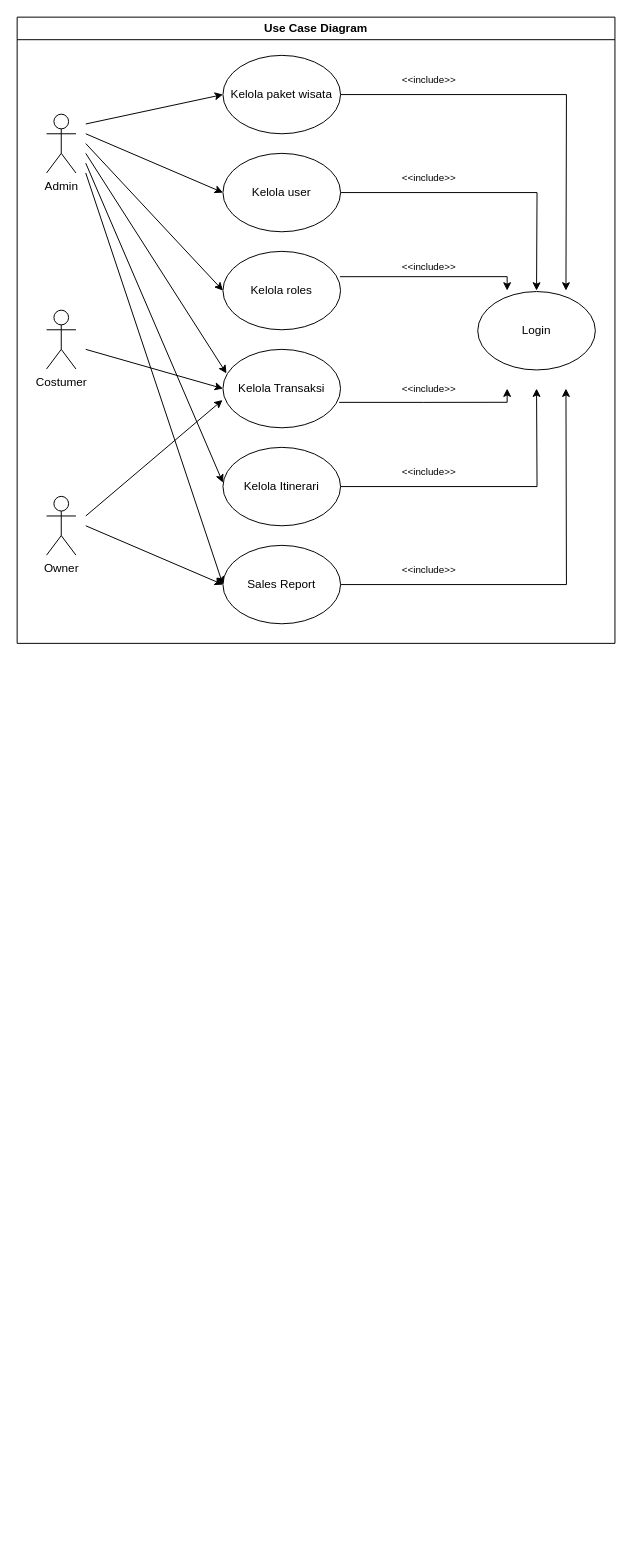
The draw.io diagram Untitled Diagram.drawio in AndyNotfound/BPWLRVL, before the edit. Source tidied: cells renumbered, new cells numbered last; positions are measured from the earlier drawing's top-left corner, leaving out a move shared by most shapes. Both pictures are drawn from the tidied source at 98%, with x=0, y=0 at pixel (17, 17).
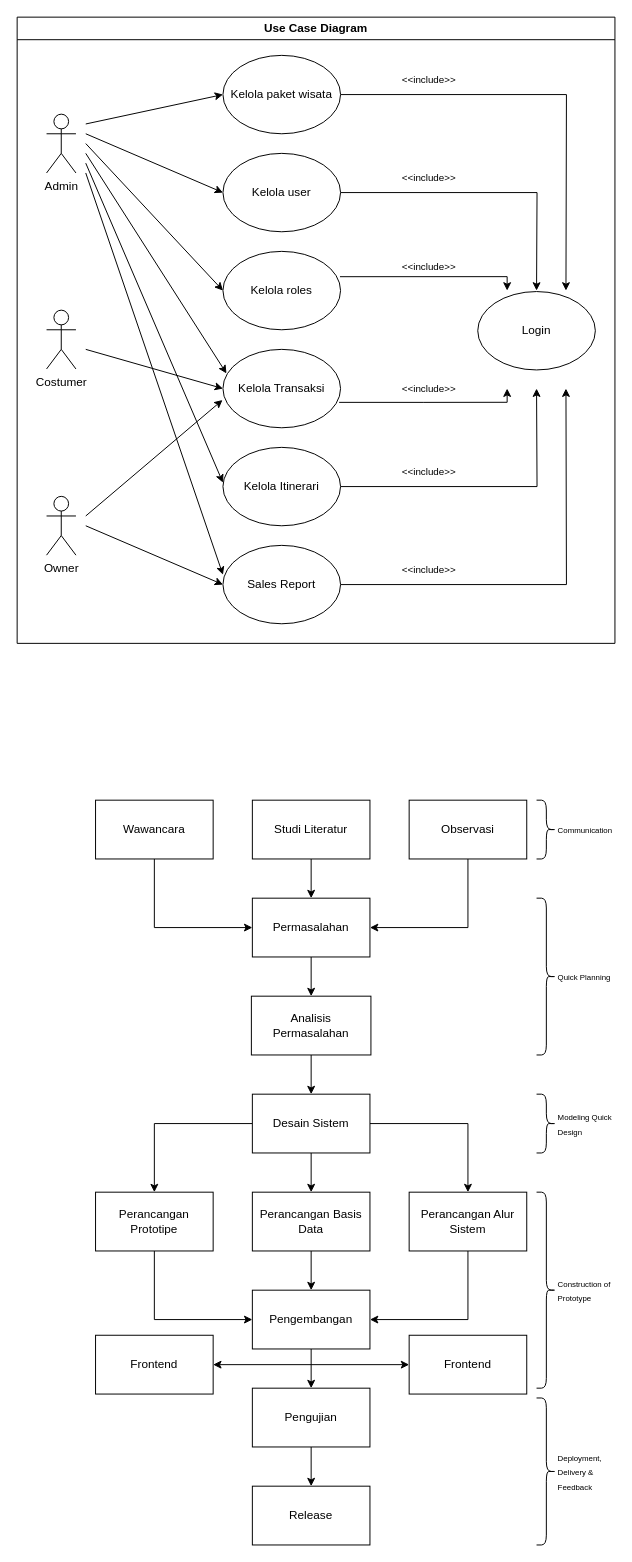
The same page after the edit.

Commit message:
feat(drawio): New framework of thinking

The change refers to these unchanged cells:
```xml
<mxCell id="16" value="Sales Report" style="ellipse;whiteSpace=wrap;html=1;" parent="1" vertex="1">
  <mxGeometry x="210" y="539" width="120" height="80" as="geometry" />
</mxCell>
```

Diff of the diagram source:
```diff
@@
-    <mxCell id="22" style="endArrow=classic;html=1;rounded=0;entryX=0;entryY=0.5;entryDx=0;entryDy=0;" parent="1" edge="1" target="16">
+    <mxCell id="22" style="endArrow=classic;html=1;rounded=0;" parent="1" edge="1">
       <mxGeometry relative="1" as="geometry">
         <mxPoint x="70" y="159" as="sourcePoint" />
+        <mxPoint x="210" y="569" as="targetPoint" />
       </mxGeometry>
     </mxCell>
@@
+    <mxCell id="34" style="edgeStyle=orthogonalEdgeStyle;rounded=0;jettySize=auto;html=1;entryX=0.5;entryY=0;entryDx=0;entryDy=0;" parent="1" edge="1" source="35" target="41">
+      <mxGeometry relative="1" as="geometry" />
+    </mxCell>
+    <mxCell id="35" value="Studi Literatur" style="rounded=0;whiteSpace=wrap;html=1;" parent="1" vertex="1">
+      <mxGeometry x="240" y="799" width="120" height="60" as="geometry" />
+    </mxCell>
+    <mxCell id="36" style="edgeStyle=orthogonalEdgeStyle;rounded=0;jettySize=auto;html=1;entryX=1;entryY=0.5;entryDx=0;entryDy=0;exitX=0.5;exitY=1;exitDx=0;exitDy=0;" parent="1" edge="1" source="37" target="41">
+      <mxGeometry relative="1" as="geometry">
+        <Array as="points">
+          <mxPoint x="460" y="929" />
+        </Array>
+      </mxGeometry>
+    </mxCell>
+    <mxCell id="37" value="Observasi" style="rounded=0;whiteSpace=wrap;html=1;" parent="1" vertex="1">
+      <mxGeometry x="400" y="799" width="120" height="60" as="geometry" />
+    </mxCell>
+    <mxCell id="38" style="edgeStyle=orthogonalEdgeStyle;rounded=0;jettySize=auto;html=1;entryX=0;entryY=0.5;entryDx=0;entryDy=0;exitX=0.5;exitY=1;exitDx=0;exitDy=0;" parent="1" edge="1" source="39" target="41">
+      <mxGeometry relative="1" as="geometry" />
+    </mxCell>
+    <mxCell id="39" value="Wawancara" style="rounded=0;whiteSpace=wrap;html=1;" parent="1" vertex="1">
+      <mxGeometry x="80" y="799" width="120" height="60" as="geometry" />
+    </mxCell>
+    <mxCell id="40" style="edgeStyle=orthogonalEdgeStyle;rounded=0;jettySize=auto;html=1;entryX=0.5;entryY=0;entryDx=0;entryDy=0;" parent="1" edge="1" source="41" target="43">
+      <mxGeometry relative="1" as="geometry" />
+    </mxCell>
+    <mxCell id="41" value="Permasalahan" style="rounded=0;whiteSpace=wrap;html=1;" parent="1" vertex="1">
+      <mxGeometry x="240" y="899" width="120" height="60" as="geometry" />
+    </mxCell>
+    <mxCell id="42" style="edgeStyle=orthogonalEdgeStyle;rounded=0;jettySize=auto;html=1;" parent="1" edge="1" source="43" target="47">
+      <mxGeometry relative="1" as="geometry" />
+    </mxCell>
+    <mxCell id="43" value="Analisis Permasalahan" style="rounded=0;whiteSpace=wrap;html=1;" parent="1" vertex="1">
+      <mxGeometry x="239" y="999" width="122" height="60" as="geometry" />
+    </mxCell>
+    <mxCell id="44" style="edgeStyle=orthogonalEdgeStyle;rounded=0;jettySize=auto;html=1;" parent="1" edge="1" source="47" target="49">
+      <mxGeometry relative="1" as="geometry" />
+    </mxCell>
+    <mxCell id="45" style="edgeStyle=orthogonalEdgeStyle;rounded=0;jettySize=auto;html=1;entryX=0.5;entryY=0;entryDx=0;entryDy=0;" parent="1" edge="1" source="47" target="51">
+      <mxGeometry relative="1" as="geometry" />
+    </mxCell>
+    <mxCell id="46" style="edgeStyle=orthogonalEdgeStyle;rounded=0;jettySize=auto;html=1;" parent="1" edge="1" source="47" target="53">
+      <mxGeometry relative="1" as="geometry" />
+    </mxCell>
+    <mxCell id="47" value="Desain Sistem" style="whiteSpace=wrap;html=1;rounded=0;" parent="1" vertex="1">
+      <mxGeometry x="240" y="1099" width="120" height="60" as="geometry" />
+    </mxCell>
+    <mxCell id="48" style="edgeStyle=orthogonalEdgeStyle;rounded=0;jettySize=auto;html=1;entryX=0.5;entryY=0;entryDx=0;entryDy=0;" parent="1" edge="1" source="49" target="55">
+      <mxGeometry relative="1" as="geometry" />
+    </mxCell>
+    <mxCell id="49" value="Perancangan Basis Data" style="whiteSpace=wrap;html=1;rounded=0;" parent="1" vertex="1">
+      <mxGeometry x="240" y="1199" width="120" height="60" as="geometry" />
+    </mxCell>
+    <mxCell id="50" style="edgeStyle=orthogonalEdgeStyle;rounded=0;jettySize=auto;html=1;entryX=0;entryY=0.5;entryDx=0;entryDy=0;exitX=0.5;exitY=1;exitDx=0;exitDy=0;" parent="1" edge="1" source="51" target="55">
+      <mxGeometry relative="1" as="geometry" />
+    </mxCell>
+    <mxCell id="51" value="Perancangan Prototipe" style="rounded=0;whiteSpace=wrap;html=1;" parent="1" vertex="1">
+      <mxGeometry x="80" y="1199" width="120" height="60" as="geometry" />
+    </mxCell>
+    <mxCell id="52" style="edgeStyle=orthogonalEdgeStyle;rounded=0;jettySize=auto;html=1;entryX=1;entryY=0.5;entryDx=0;entryDy=0;exitX=0.5;exitY=1;exitDx=0;exitDy=0;" parent="1" edge="1" source="53" target="55">
+      <mxGeometry relative="1" as="geometry" />
+    </mxCell>
+    <mxCell id="53" value="Perancangan Alur Sistem" style="rounded=0;whiteSpace=wrap;html=1;" parent="1" vertex="1">
+      <mxGeometry x="400" y="1199" width="120" height="60" as="geometry" />
+    </mxCell>
+    <mxCell id="54" style="edgeStyle=orthogonalEdgeStyle;rounded=0;jettySize=auto;html=1;entryX=0.5;entryY=0;entryDx=0;entryDy=0;" parent="1" edge="1" source="55" target="57">
+      <mxGeometry relative="1" as="geometry" />
+    </mxCell>
+    <mxCell id="55" value="Pengembangan" style="rounded=0;whiteSpace=wrap;html=1;" parent="1" vertex="1">
+      <mxGeometry x="240" y="1299" width="120" height="60" as="geometry" />
+    </mxCell>
+    <mxCell id="56" style="edgeStyle=orthogonalEdgeStyle;rounded=0;jettySize=auto;html=1;" parent="1" edge="1" source="57" target="61">
+      <mxGeometry relative="1" as="geometry" />
+    </mxCell>
+    <mxCell id="57" value="Pengujian" style="rounded=0;whiteSpace=wrap;html=1;" parent="1" vertex="1">
+      <mxGeometry x="240" y="1399" width="120" height="60" as="geometry" />
+    </mxCell>
+    <mxCell id="58" value="Frontend" style="rounded=0;whiteSpace=wrap;html=1;" parent="1" vertex="1">
+      <mxGeometry x="80" y="1345" width="120" height="60" as="geometry" />
+    </mxCell>
+    <mxCell id="59" value="Frontend" style="rounded=0;whiteSpace=wrap;html=1;" parent="1" vertex="1">
+      <mxGeometry x="400" y="1345" width="120" height="60" as="geometry" />
+    </mxCell>
+    <mxCell id="60" style="endArrow=classic;startArrow=classic;html=1;rounded=0;entryX=0;entryY=0.5;entryDx=0;entryDy=0;" parent="1" edge="1" source="58" target="59">
+      <mxGeometry relative="1" as="geometry" />
+    </mxCell>
+    <mxCell id="61" value="Release" style="whiteSpace=wrap;html=1;rounded=0;" parent="1" vertex="1">
+      <mxGeometry x="240" y="1499" width="120" height="60" as="geometry" />
+    </mxCell>
+    <mxCell id="62" style="shape=curlyBracket;whiteSpace=wrap;html=1;rounded=1;flipH=1;labelPosition=right;verticalLabelPosition=middle;align=left;verticalAlign=middle;" parent="1" vertex="1">
+      <mxGeometry x="530" y="799" width="20" height="60" as="geometry" />
+    </mxCell>
+    <mxCell id="63" style="shape=curlyBracket;whiteSpace=wrap;html=1;rounded=1;flipH=1;labelPosition=right;verticalLabelPosition=middle;align=left;verticalAlign=middle;" parent="1" vertex="1">
+      <mxGeometry x="530" y="899" width="20" height="160" as="geometry" />
+    </mxCell>
+    <mxCell id="64" style="shape=curlyBracket;whiteSpace=wrap;html=1;rounded=1;flipH=1;labelPosition=right;verticalLabelPosition=middle;align=left;verticalAlign=middle;" parent="1" vertex="1">
+      <mxGeometry x="530" y="1099" width="20" height="60" as="geometry" />
+    </mxCell>
+    <mxCell id="65" style="shape=curlyBracket;whiteSpace=wrap;html=1;rounded=1;flipH=1;labelPosition=right;verticalLabelPosition=middle;align=left;verticalAlign=middle;" parent="1" vertex="1">
+      <mxGeometry x="530" y="1199" width="20" height="200" as="geometry" />
+    </mxCell>
+    <mxCell id="66" style="shape=curlyBracket;whiteSpace=wrap;html=1;rounded=1;flipH=1;labelPosition=right;verticalLabelPosition=middle;align=left;verticalAlign=middle;" parent="1" vertex="1">
+      <mxGeometry x="530" y="1409" width="20" height="150" as="geometry" />
+    </mxCell>
+    <mxCell id="67" value="&lt;font style=&quot;font-size: 8px;&quot;&gt;Communication&lt;/font&gt;" style="text;html=1;align=left;verticalAlign=middle;whiteSpace=wrap;rounded=0;" parent="1" vertex="1">
+      <mxGeometry x="550" y="814" width="60" height="30" as="geometry" />
+    </mxCell>
+    <mxCell id="68" value="&lt;font style=&quot;font-size: 8px;&quot;&gt;Quick Planning&lt;/font&gt;" style="text;html=1;align=left;verticalAlign=middle;whiteSpace=wrap;rounded=0;" parent="1" vertex="1">
+      <mxGeometry x="550" y="964" width="60" height="30" as="geometry" />
+    </mxCell>
+    <mxCell id="69" value="&lt;font style=&quot;font-size: 8px;&quot;&gt;Modeling Quick Design&lt;/font&gt;" style="text;html=1;align=left;verticalAlign=middle;whiteSpace=wrap;rounded=0;" parent="1" vertex="1">
+      <mxGeometry x="550" y="1114" width="60" height="30" as="geometry" />
+    </mxCell>
+    <mxCell id="70" value="&lt;font style=&quot;font-size: 8px;&quot;&gt;Construction of Prototype&lt;/font&gt;" style="text;html=1;align=left;verticalAlign=middle;whiteSpace=wrap;rounded=0;" parent="1" vertex="1">
+      <mxGeometry x="550" y="1284" width="60" height="30" as="geometry" />
+    </mxCell>
+    <mxCell id="71" value="&lt;font style=&quot;font-size: 8px;&quot;&gt;Deployment, Delivery &amp;amp; Feedback&lt;/font&gt;" style="text;html=1;align=left;verticalAlign=middle;whiteSpace=wrap;rounded=0;" parent="1" vertex="1">
+      <mxGeometry x="550" y="1469" width="60" height="30" as="geometry" />
+    </mxCell>
```
